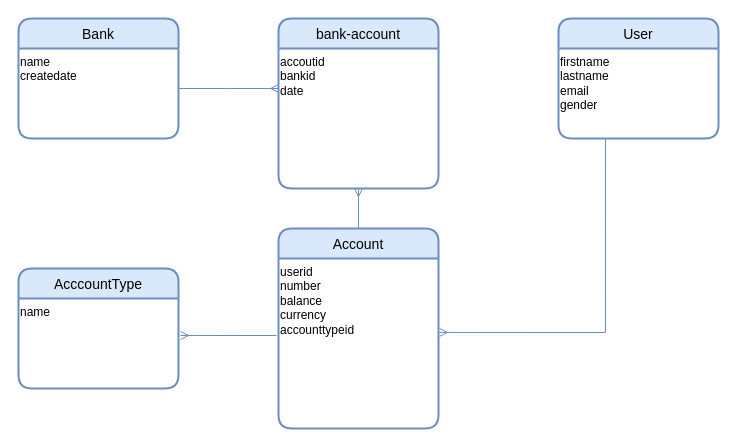
MohammedAlyasen355/first-nodejs-app keeps this draw.io diagram as bank-system.drawio. Above is the earlier version. Source tidied: cells renumbered, new cells numbered last; positions are measured from the earlier drawing's top-left corner, leaving out a move shared by most shapes. Both pictures are drawn from the tidied source at 100%, with x=0, y=0 at pixel (18, 18).
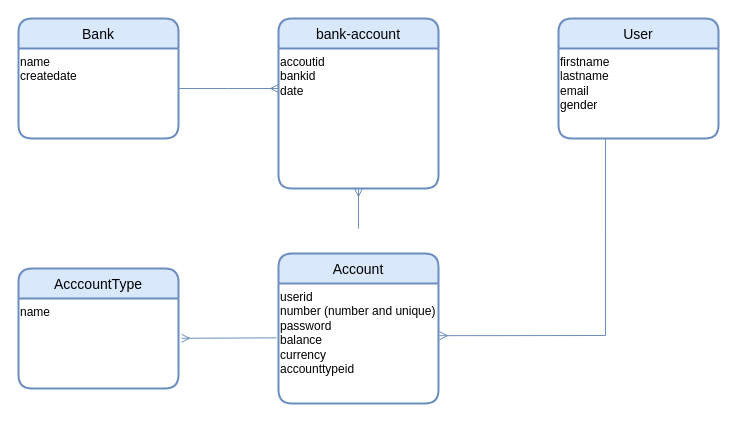
Above is the later version.

Commit message:
Draw.io: update account attributes

Diff of the diagram source:
```diff
@@
 <mxGraphModel>
   <root>
     <mxCell id="0" />
     <mxCell id="1" parent="0" />
     <mxCell id="2" value="Bank" style="swimlane;horizontal=1;startSize=30;rounded=1;fontSize=14;fontStyle=0;strokeWidth=2;shadow=0;dashed=0;align=center;fillColor=#dae8fc;strokeColor=#6c8ebf;verticalAlign=middle;" parent="1" vertex="1">
       <mxGeometry width="160" height="120" as="geometry" />
     </mxCell>
     <mxCell id="3" value="name&lt;br&gt;createdate&lt;br&gt;" style="text;html=1;align=left;verticalAlign=top;strokeColor=none;fillColor=none;" parent="2" vertex="1">
       <mxGeometry y="30" width="160" height="90" as="geometry" />
     </mxCell>
     <mxCell id="4" value="User" style="swimlane;horizontal=1;startSize=30;rounded=1;fontSize=14;fontStyle=0;strokeWidth=2;shadow=0;dashed=0;align=center;fillColor=#dae8fc;strokeColor=#6c8ebf;" parent="1" vertex="1">
       <mxGeometry x="540" width="160" height="120" as="geometry" />
     </mxCell>
     <mxCell id="5" value="firstname&lt;br&gt;lastname&lt;br&gt;email&lt;br&gt;gender&lt;br&gt;&lt;br&gt;" style="text;html=1;align=left;verticalAlign=top;points=[];strokeColor=none;fillColor=none;" parent="4" vertex="1">
       <mxGeometry y="30" width="160" height="90" as="geometry" />
     </mxCell>
     <mxCell id="6" value="Account" style="swimlane;horizontal=1;startSize=30;rounded=1;fontSize=14;fontStyle=0;strokeWidth=2;shadow=0;dashed=0;align=center;fillColor=#dae8fc;strokeColor=#6c8ebf;" parent="1" vertex="1">
-      <mxGeometry x="260" y="210" width="160" height="200" as="geometry" />
+      <mxGeometry x="260" y="235" width="160" height="150" as="geometry" />
     </mxCell>
-    <mxCell id="7" value="userid&lt;br&gt;number&lt;br&gt;balance&lt;br&gt;currency&lt;br&gt;accounttypeid&lt;br&gt;" style="text;html=1;align=left;verticalAlign=top;points=[];strokeColor=none;fillColor=none;" parent="6" vertex="1">
-      <mxGeometry y="30" width="160" height="170" as="geometry" />
+    <mxCell id="7" value="userid&lt;br&gt;number (number and unique)&lt;br&gt;password&lt;br&gt;balance&lt;br&gt;currency&lt;br&gt;accounttypeid" style="text;html=1;align=left;verticalAlign=top;points=[];strokeColor=none;fillColor=none;" parent="6" vertex="1">
+      <mxGeometry y="30" width="160" height="120" as="geometry" />
     </mxCell>
     <mxCell id="8" style="fontSize=12;html=1;endArrow=ERmany;rounded=0;fillColor=#dae8fc;strokeColor=#6c8ebf;" parent="1" edge="1">
       <mxGeometry relative="1" as="geometry">
         <mxPoint x="160" y="70" as="sourcePoint" />
         <mxPoint x="260" y="70" as="targetPoint" />
         <Array as="points">
           <mxPoint x="210" y="70" />
         </Array>
       </mxGeometry>
     </mxCell>
     <mxCell id="9" value="bank-account" style="swimlane;horizontal=1;startSize=30;rounded=1;fontSize=14;fontStyle=0;strokeWidth=2;shadow=0;dashed=0;align=center;fillColor=#dae8fc;strokeColor=#6c8ebf;" parent="1" vertex="1">
       <mxGeometry x="260" width="160" height="170" as="geometry" />
     </mxCell>
     <mxCell id="10" value="accoutid&lt;br&gt;bankid&lt;br&gt;date&lt;br&gt;" style="text;html=1;align=left;verticalAlign=top;strokeColor=none;fillColor=none;" parent="9" vertex="1">
       <mxGeometry y="30" width="160" height="140" as="geometry" />
     </mxCell>
     <mxCell id="11" style="fontSize=12;html=1;endArrow=ERmany;rounded=0;entryX=0.5;entryY=1;entryDx=0;entryDy=0;fillColor=#dae8fc;strokeColor=#6c8ebf;" parent="1" edge="1" target="9">
       <mxGeometry relative="1" as="geometry">
         <mxPoint x="340" y="210" as="sourcePoint" />
       </mxGeometry>
     </mxCell>
     <mxCell id="12" style="fontSize=12;html=1;endArrow=ERmany;rounded=0;entryX=1.006;entryY=0.435;entryDx=0;entryDy=0;fillColor=#dae8fc;strokeColor=#6c8ebf;entryPerimeter=0;exitX=0.294;exitY=1;exitDx=0;exitDy=0;exitPerimeter=0;" parent="1" edge="1" source="5" target="7">
       <mxGeometry relative="1" as="geometry">
         <Array as="points">
-          <mxPoint x="587" y="314" />
+          <mxPoint x="587" y="317" />
         </Array>
       </mxGeometry>
     </mxCell>
     <mxCell id="13" value="AcccountType" style="swimlane;horizontal=1;startSize=30;rounded=1;fontSize=14;fontStyle=0;strokeWidth=2;shadow=0;dashed=0;align=center;fillColor=#dae8fc;strokeColor=#6c8ebf;verticalAlign=middle;" parent="1" vertex="1">
       <mxGeometry y="250" width="160" height="120" as="geometry" />
     </mxCell>
     <mxCell id="14" value="name" style="text;html=1;align=left;verticalAlign=top;points=[];strokeColor=none;fillColor=none;" parent="13" vertex="1">
       <mxGeometry y="30" width="160" height="90" as="geometry" />
     </mxCell>
-    <mxCell id="15" style="fontSize=12;html=1;endArrow=ERmany;rounded=0;entryX=1.013;entryY=0.411;entryDx=0;entryDy=0;fillColor=#dae8fc;strokeColor=#6c8ebf;exitX=-0.012;exitY=0.453;exitDx=0;exitDy=0;exitPerimeter=0;entryPerimeter=0;" parent="1" edge="1" source="7" target="14">
+    <mxCell id="15" style="fontSize=12;html=1;endArrow=ERmany;rounded=0;entryX=1.019;entryY=0.442;entryDx=0;entryDy=0;fillColor=#dae8fc;strokeColor=#6c8ebf;exitX=-0.012;exitY=0.453;exitDx=0;exitDy=0;exitPerimeter=0;entryPerimeter=0;" parent="1" edge="1" source="7" target="14">
       <mxGeometry relative="1" as="geometry" />
     </mxCell>
   </root>
 </mxGraphModel>
```
